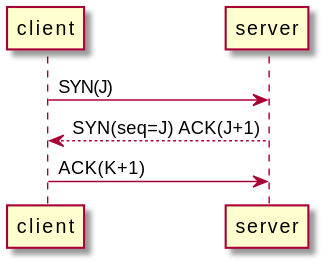
Above: preview/0-语法.svg in lollipopjin/PlantUML-Demo (PlantUML), before the change. Its diagram source:
```plantuml
@startuml
client -> server: SYN(J)
server --> client: SYN(seq=J) ACK(J+1)
client -> server: ACK(K+1)
@enduml
```
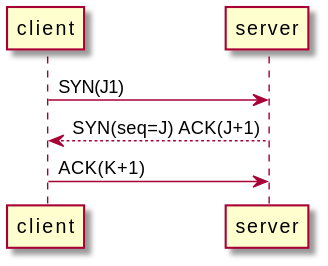
Above is the later version.

Diff of the diagram source:
```diff
@@ -1,5 +1,5 @@
 @startuml
-client -> server: SYN(J)
+client -> server: SYN(J1)
 server --> client: SYN(seq=J) ACK(J+1)
 client -> server: ACK(K+1)
 @enduml
```
